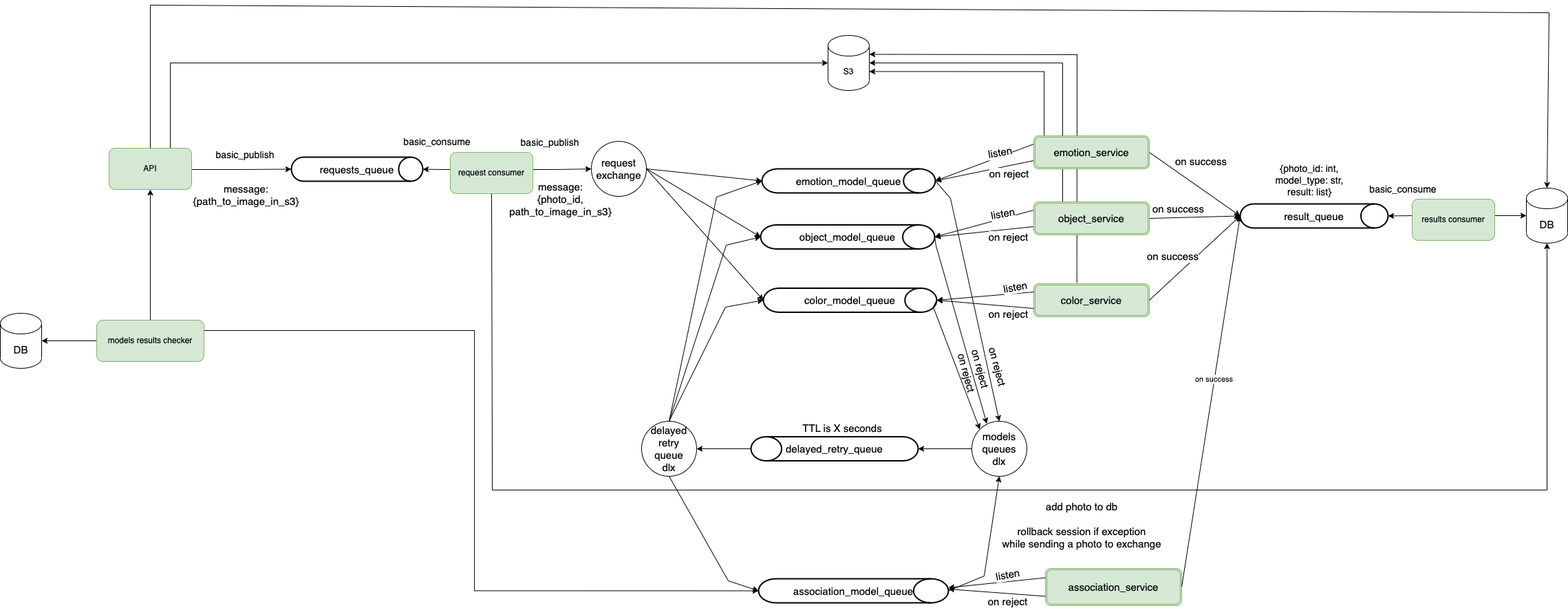
Above: picachu_services_schema.png in TourmalineCore/tourmanique-api (draw.io), before the change. Source tidied: cells renumbered, new cells last; positions are measured from the earlier drawing's top-left corner, leaving out a move shared by most shapes.
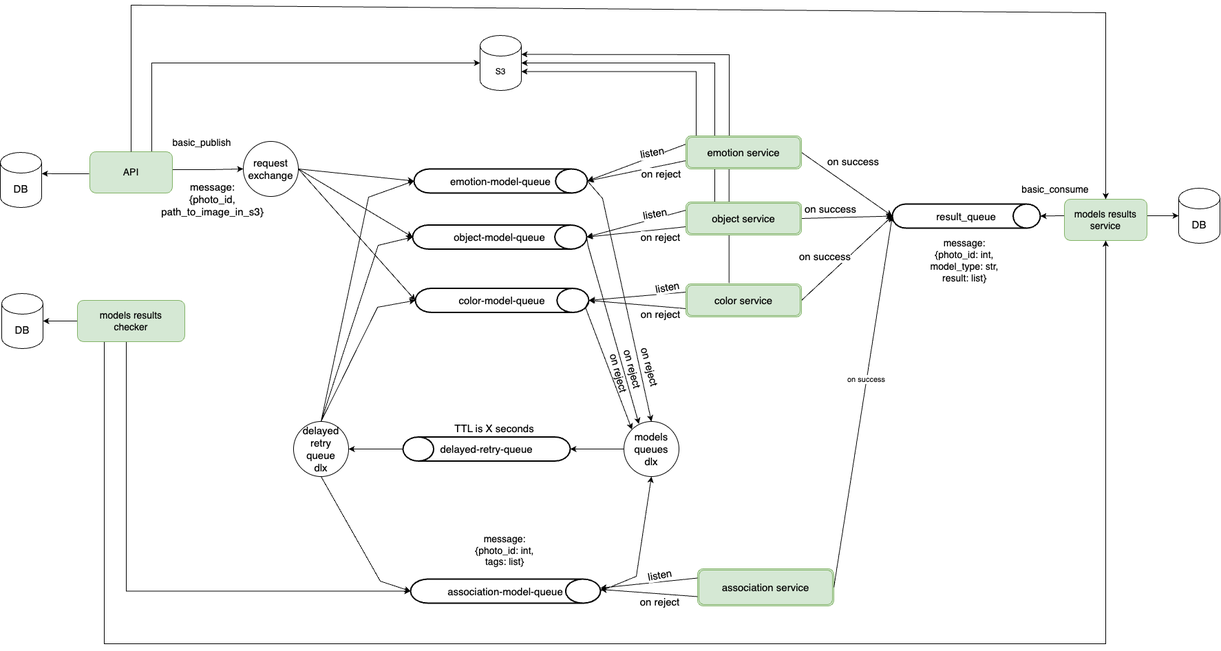
The same file after the commit.

Commit message:
fix(architecture): #861m90ctf: change schema of services in README

The edit, as a diff of the source:
```diff
@@ -5,7 +5,7 @@
     <mxCell id="2" value="&lt;font style=&quot;font-size: 15px;&quot;&gt;request exchange&lt;/font&gt;" style="ellipse;whiteSpace=wrap;html=1;fontSize=15;" parent="1" vertex="1">
       <mxGeometry x="859" y="198" width="80" height="80" as="geometry" />
     </mxCell>
-    <mxCell id="3" value="emotion_model_queue" style="strokeWidth=2;html=1;shape=mxgraph.flowchart.direct_data;whiteSpace=wrap;fontSize=15;" parent="1" vertex="1">
+    <mxCell id="3" value="emotion-model-queue" style="strokeWidth=2;html=1;shape=mxgraph.flowchart.direct_data;whiteSpace=wrap;fontSize=15;" parent="1" vertex="1">
       <mxGeometry x="1107" y="238" width="252" height="35" as="geometry" />
     </mxCell>
     <mxCell id="4" style="edgeStyle=orthogonalEdgeStyle;rounded=0;jettySize=auto;html=1;exitX=0.25;exitY=0;exitDx=0;exitDy=0;entryX=1;entryY=0;entryDx=0;entryDy=52.5;entryPerimeter=0;" parent="1" edge="1" source="65" target="55">
@@ -16,13 +16,10 @@
         </Array>
       </mxGeometry>
     </mxCell>
-    <mxCell id="5" value="color_service" style="shape=ext;double=1;rounded=1;whiteSpace=wrap;html=1;fontSize=15;fillColor=#d5e8d4;strokeColor=#82b366;" parent="1" vertex="1">
-      <mxGeometry x="1502" y="405" width="168" height="48" as="geometry" />
-    </mxCell>
-    <mxCell id="6" value="object_model_queue" style="strokeWidth=2;html=1;shape=mxgraph.flowchart.direct_data;whiteSpace=wrap;fontSize=15;" parent="1" vertex="1">
+    <mxCell id="6" value="object-model-queue" style="strokeWidth=2;html=1;shape=mxgraph.flowchart.direct_data;whiteSpace=wrap;fontSize=15;" parent="1" vertex="1">
       <mxGeometry x="1105" y="319.5" width="253" height="35" as="geometry" />
     </mxCell>
-    <mxCell id="7" value="color_model_queue" style="strokeWidth=2;html=1;shape=mxgraph.flowchart.direct_data;whiteSpace=wrap;fontSize=15;" parent="1" vertex="1">
+    <mxCell id="7" value="color-model-queue" style="strokeWidth=2;html=1;shape=mxgraph.flowchart.direct_data;whiteSpace=wrap;fontSize=15;" parent="1" vertex="1">
       <mxGeometry x="1109" y="411.5" width="252" height="35" as="geometry" />
     </mxCell>
     <mxCell id="8" style="edgeStyle=orthogonalEdgeStyle;rounded=0;jettySize=auto;html=1;exitX=0;exitY=0.5;exitDx=0;exitDy=0;fontSize=15;" parent="1" edge="1" source="9" target="11">
@@ -34,7 +31,7 @@
     <mxCell id="10" style="edgeStyle=orthogonalEdgeStyle;rounded=0;jettySize=auto;html=1;exitX=1;exitY=0.5;exitDx=0;exitDy=0;exitPerimeter=0;entryX=1;entryY=0.5;entryDx=0;entryDy=0;fontSize=15;" parent="1" edge="1" source="11" target="13">
       <mxGeometry relative="1" as="geometry" />
     </mxCell>
-    <mxCell id="11" value="delayed_retry_queue" style="strokeWidth=2;html=1;shape=mxgraph.flowchart.direct_data;whiteSpace=wrap;rotation=0;flipH=1;fontSize=15;" parent="1" vertex="1">
+    <mxCell id="11" value="delayed-retry-queue" style="strokeWidth=2;html=1;shape=mxgraph.flowchart.direct_data;whiteSpace=wrap;rotation=0;flipH=1;fontSize=15;" parent="1" vertex="1">
       <mxGeometry x="1091" y="627.5" width="243" height="35" as="geometry" />
     </mxCell>
     <mxCell id="12" value="TTL is X seconds" style="text;html=1;strokeColor=none;fillColor=none;align=center;verticalAlign=middle;whiteSpace=wrap;rounded=0;fontSize=15;" parent="1" vertex="1">
@@ -166,14 +163,6 @@
     <mxCell id="42" value="DB" style="shape=cylinder3;whiteSpace=wrap;html=1;boundedLbl=1;backgroundOutline=1;size=15;fontSize=15;" parent="1" vertex="1">
       <mxGeometry x="2218" y="266" width="60" height="80" as="geometry" />
     </mxCell>
-    <mxCell id="43" style="edgeStyle=orthogonalEdgeStyle;rounded=0;jettySize=auto;html=1;entryX=0;entryY=0.5;entryDx=0;entryDy=0;entryPerimeter=0;fontSize=14;exitX=1;exitY=0.5;exitDx=0;exitDy=0;" parent="1" edge="1" target="47">
-      <mxGeometry relative="1" as="geometry">
-        <mxPoint x="277" y="239" as="sourcePoint" />
-      </mxGeometry>
-    </mxCell>
-    <mxCell id="44" value="message:&lt;br&gt;{path_to_image_in_s3}" style="text;html=1;strokeColor=none;fillColor=none;align=center;verticalAlign=middle;whiteSpace=wrap;rounded=0;fontSize=15;" parent="1" vertex="1">
-      <mxGeometry x="313" y="261" width="89" height="30" as="geometry" />
-    </mxCell>
     <mxCell id="45" style="edgeStyle=orthogonalEdgeStyle;rounded=0;jettySize=auto;html=1;exitX=1;exitY=0.5;exitDx=0;exitDy=0;entryX=0;entryY=0.5;entryDx=0;entryDy=0;entryPerimeter=0;fontSize=14;" parent="1" edge="1" target="42">
       <mxGeometry relative="1" as="geometry">
         <mxPoint x="2153" y="306" as="sourcePoint" />
@@ -184,65 +173,41 @@
         <mxPoint x="2073" y="306" as="sourcePoint" />
       </mxGeometry>
     </mxCell>
-    <mxCell id="47" value="requests_queue" style="strokeWidth=2;html=1;shape=mxgraph.flowchart.direct_data;whiteSpace=wrap;fontSize=15;" parent="1" vertex="1">
-      <mxGeometry x="423" y="221" width="191" height="35" as="geometry" />
-    </mxCell>
-    <mxCell id="48" value="basic_publish" style="text;html=1;strokeColor=none;fillColor=none;align=center;verticalAlign=middle;whiteSpace=wrap;rounded=0;fontSize=14;" parent="1" vertex="1">
-      <mxGeometry x="279" y="203" width="154" height="30" as="geometry" />
-    </mxCell>
     <mxCell id="49" style="edgeStyle=orthogonalEdgeStyle;rounded=0;jettySize=auto;html=1;exitX=1;exitY=0.5;exitDx=0;exitDy=0;fontSize=14;" parent="1" edge="1" target="2">
       <mxGeometry relative="1" as="geometry">
         <mxPoint x="755" y="239" as="sourcePoint" />
       </mxGeometry>
     </mxCell>
-    <mxCell id="50" style="edgeStyle=orthogonalEdgeStyle;rounded=0;jettySize=auto;html=1;exitX=0;exitY=0.5;exitDx=0;exitDy=0;fontSize=14;" parent="1" edge="1" target="47">
-      <mxGeometry relative="1" as="geometry">
-        <mxPoint x="675" y="239" as="sourcePoint" />
-      </mxGeometry>
-    </mxCell>
-    <mxCell id="51" style="edgeStyle=orthogonalEdgeStyle;rounded=0;jettySize=auto;html=1;exitX=0.5;exitY=1;exitDx=0;exitDy=0;entryX=0.5;entryY=1;entryDx=0;entryDy=0;entryPerimeter=0;" parent="1" edge="1" source="61" target="42">
-      <mxGeometry relative="1" as="geometry">
-        <Array as="points">
-          <mxPoint x="715" y="705" />
-          <mxPoint x="2248" y="705" />
-        </Array>
-      </mxGeometry>
-    </mxCell>
     <mxCell id="52" value="basic_consume" style="text;html=1;strokeColor=none;fillColor=none;align=center;verticalAlign=middle;whiteSpace=wrap;rounded=0;fontSize=14;" parent="1" vertex="1">
       <mxGeometry x="2009" y="253" width="60" height="30" as="geometry" />
     </mxCell>
-    <mxCell id="53" value="basic_consume" style="text;html=1;strokeColor=none;fillColor=none;align=center;verticalAlign=middle;whiteSpace=wrap;rounded=0;fontSize=14;" parent="1" vertex="1">
-      <mxGeometry x="605" y="184" width="60" height="30" as="geometry" />
-    </mxCell>
     <mxCell id="54" value="basic_publish" style="text;html=1;strokeColor=none;fillColor=none;align=center;verticalAlign=middle;whiteSpace=wrap;rounded=0;fontSize=14;" parent="1" vertex="1">
       <mxGeometry x="769" y="185" width="60" height="30" as="geometry" />
     </mxCell>
     <mxCell id="55" value="S3" style="shape=cylinder3;whiteSpace=wrap;html=1;boundedLbl=1;backgroundOutline=1;size=15;" parent="1" vertex="1">
       <mxGeometry x="1203" y="44" width="60" height="80" as="geometry" />
     </mxCell>
-    <mxCell id="56" style="endArrow=classic;html=1;rounded=0;exitX=0.75;exitY=0;exitDx=0;exitDy=0;entryX=0;entryY=0.5;entryDx=0;entryDy=0;entryPerimeter=0;" parent="1" edge="1" target="55">
+    <mxCell id="56" style="endArrow=classic;html=1;rounded=0;exitX=0.75;exitY=0;exitDx=0;exitDy=0;entryX=0;entryY=0.5;entryDx=0;entryDy=0;entryPerimeter=0;" parent="1" edge="1" source="60" target="55">
       <mxGeometry relative="1" as="geometry">
-        <mxPoint x="247" y="209" as="sourcePoint" />
         <Array as="points">
-          <mxPoint x="247" y="84" />
+          <mxPoint x="726" y="84" />
         </Array>
       </mxGeometry>
     </mxCell>
-    <mxCell id="57" value="add photo to db&lt;br&gt;&lt;br&gt;rollback session if exception while&amp;nbsp;sending a photo to exchange" style="text;html=1;strokeColor=none;fillColor=none;align=center;verticalAlign=middle;whiteSpace=wrap;rounded=0;fontSize=15;" parent="1" vertex="1">
-      <mxGeometry x="1444" y="741" width="256" height="30" as="geometry" />
-    </mxCell>
     <mxCell id="58" value="message:&lt;br&gt;{photo_id, path_to_image_in_s3}" style="text;html=1;strokeColor=none;fillColor=none;align=center;verticalAlign=middle;whiteSpace=wrap;rounded=0;fontSize=15;" parent="1" vertex="1">
       <mxGeometry x="770" y="267" width="89" height="30" as="geometry" />
     </mxCell>
-    <mxCell id="59" value="&lt;br&gt;&lt;br&gt;{photo_id: int,&lt;br&gt;model_type: str,&lt;br&gt;result: list}" style="text;html=1;strokeColor=none;fillColor=none;align=center;verticalAlign=middle;whiteSpace=wrap;rounded=0;fontSize=14;" parent="1" vertex="1">
-      <mxGeometry x="1794" y="223" width="218" height="30" as="geometry" />
+    <mxCell id="59" value="&lt;br&gt;message:&lt;br&gt;{photo_id: int,&lt;br&gt;model_type: str,&lt;br&gt;result: list}" style="text;html=1;strokeColor=none;fillColor=none;align=center;verticalAlign=middle;whiteSpace=wrap;rounded=0;fontSize=14;" parent="1" vertex="1">
+      <mxGeometry x="1798" y="348" width="218" height="30" as="geometry" />
     </mxCell>
+    <mxCell id="83" style="edgeStyle=orthogonalEdgeStyle;rounded=0;jettySize=auto;html=1;entryX=1.003;entryY=0.384;entryDx=0;entryDy=0;entryPerimeter=0;" parent="1" edge="1" target="84">
+      <mxGeometry relative="1" as="geometry">
+        <mxPoint x="635" y="245" as="sourcePoint" />
+      </mxGeometry>
+    </mxCell>
-    <mxCell id="60" value="API" style="rounded=1;whiteSpace=wrap;html=1;fillColor=#d5e8d4;strokeColor=#82b366;" parent="1" vertex="1">
-      <mxGeometry x="158" y="208" width="120" height="60" as="geometry" />
+    <mxCell id="60" value="&lt;font style=&quot;font-size: 14px;&quot;&gt;API&lt;/font&gt;" style="rounded=1;whiteSpace=wrap;html=1;fillColor=#d5e8d4;strokeColor=#82b366;" parent="1" vertex="1">
+      <mxGeometry x="636" y="213" width="120" height="60" as="geometry" />
     </mxCell>
-    <mxCell id="61" value="request consumer" style="rounded=1;whiteSpace=wrap;html=1;fillColor=#d5e8d4;strokeColor=#82b366;" parent="1" vertex="1">
-      <mxGeometry x="654" y="214" width="120" height="60" as="geometry" />
-    </mxCell>
     <mxCell id="62" style="endArrow=classic;html=1;rounded=0;exitX=0.25;exitY=0;exitDx=0;exitDy=0;entryX=1;entryY=0.5;entryDx=0;entryDy=0;entryPerimeter=0;" parent="1" edge="1" source="64" target="55">
       <mxGeometry relative="1" as="geometry">
         <Array as="points">
@@ -257,28 +222,27 @@
         </Array>
       </mxGeometry>
     </mxCell>
-    <mxCell id="64" value="object_service" style="shape=ext;double=1;rounded=1;whiteSpace=wrap;html=1;fontSize=15;fillColor=#d5e8d4;strokeColor=#82b366;" parent="1" vertex="1">
-      <mxGeometry x="1502" y="286" width="168" height="48" as="geometry" />
-    </mxCell>
-    <mxCell id="65" value="emotion_service" style="shape=ext;double=1;rounded=1;whiteSpace=wrap;html=1;fontSize=15;fillColor=#d5e8d4;strokeColor=#82b366;" parent="1" vertex="1">
-      <mxGeometry x="1502" y="190" width="168" height="48" as="geometry" />
-    </mxCell>
-    <mxCell id="66" value="results consumer" style="rounded=1;whiteSpace=wrap;html=1;fillColor=#d5e8d4;strokeColor=#82b366;" parent="1" vertex="1">
+    <mxCell id="66" value="&lt;font style=&quot;font-size: 14px;&quot;&gt;models results &lt;br&gt;service&lt;/font&gt;" style="rounded=1;whiteSpace=wrap;html=1;fillColor=#d5e8d4;strokeColor=#82b366;" parent="1" vertex="1">
       <mxGeometry x="2052" y="282" width="120" height="60" as="geometry" />
     </mxCell>
-    <mxCell id="67" style="endArrow=classic;html=1;rounded=0;exitX=0.5;exitY=0;exitDx=0;exitDy=0;entryX=0.5;entryY=0;entryDx=0;entryDy=0;entryPerimeter=0;" parent="1" edge="1" source="60" target="42">
+    <mxCell id="67" style="endArrow=classic;html=1;rounded=0;exitX=0.5;exitY=0;exitDx=0;exitDy=0;entryX=0.5;entryY=0;entryDx=0;entryDy=0;" parent="1" edge="1" source="60" target="66">
       <mxGeometry relative="1" as="geometry">
         <Array as="points">
-          <mxPoint x="218" />
-          <mxPoint x="2251" y="11" />
+          <mxPoint x="696" />
+          <mxPoint x="2112" y="11" />
         </Array>
       </mxGeometry>
     </mxCell>
     <mxCell id="68" style="edgeStyle=orthogonalEdgeStyle;rounded=0;jettySize=auto;html=1;exitX=0;exitY=0.5;exitDx=0;exitDy=0;entryX=1;entryY=0.5;entryDx=0;entryDy=0;entryPerimeter=0;" parent="1" edge="1" source="71" target="72">
       <mxGeometry relative="1" as="geometry" />
     </mxCell>
-    <mxCell id="69" style="edgeStyle=orthogonalEdgeStyle;rounded=0;jettySize=auto;html=1;exitX=0.5;exitY=0;exitDx=0;exitDy=0;entryX=0.5;entryY=1;entryDx=0;entryDy=0;" parent="1" edge="1" source="71" target="60">
-      <mxGeometry relative="1" as="geometry" />
+    <mxCell id="69" style="edgeStyle=orthogonalEdgeStyle;rounded=0;jettySize=auto;html=1;exitX=0.25;exitY=1;exitDx=0;exitDy=0;entryX=0.5;entryY=1;entryDx=0;entryDy=0;" parent="1" edge="1" source="71" target="66">
+      <mxGeometry relative="1" as="geometry">
+        <Array as="points">
+          <mxPoint x="657" y="928" />
+          <mxPoint x="2112" y="928" />
+        </Array>
+      </mxGeometry>
     </mxCell>
     <mxCell id="70" style="edgeStyle=orthogonalEdgeStyle;rounded=0;jettySize=auto;html=1;exitX=1;exitY=0.25;exitDx=0;exitDy=0;entryX=0;entryY=0.5;entryDx=0;entryDy=0;entryPerimeter=0;" parent="1" edge="1" source="71" target="73">
       <mxGeometry relative="1" as="geometry">
@@ -288,16 +252,16 @@
         </Array>
       </mxGeometry>
     </mxCell>
-    <mxCell id="71" value="models results checker" style="rounded=1;whiteSpace=wrap;html=1;fillColor=#d5e8d4;strokeColor=#82b366;" parent="1" vertex="1">
-      <mxGeometry x="140" y="458" width="156" height="60" as="geometry" />
+    <mxCell id="71" value="&lt;font style=&quot;font-size: 14px;&quot;&gt;models results &lt;br&gt;checker&lt;/font&gt;" style="rounded=1;whiteSpace=wrap;html=1;fillColor=#d5e8d4;strokeColor=#82b366;" parent="1" vertex="1">
+      <mxGeometry x="618" y="429" width="156" height="60" as="geometry" />
     </mxCell>
     <mxCell id="72" value="DB" style="shape=cylinder3;whiteSpace=wrap;html=1;boundedLbl=1;backgroundOutline=1;size=15;fontSize=15;" parent="1" vertex="1">
-      <mxGeometry y="448" width="60" height="80" as="geometry" />
+      <mxGeometry x="508" y="419" width="60" height="80" as="geometry" />
     </mxCell>
-    <mxCell id="73" value="association_model_queue" style="strokeWidth=2;html=1;shape=mxgraph.flowchart.direct_data;whiteSpace=wrap;fontSize=15;" parent="1" vertex="1">
+    <mxCell id="73" value="association-model-queue" style="strokeWidth=2;html=1;shape=mxgraph.flowchart.direct_data;whiteSpace=wrap;fontSize=15;" parent="1" vertex="1">
       <mxGeometry x="1102" y="834" width="276" height="35" as="geometry" />
     </mxCell>
-    <mxCell id="74" value="association_service" style="shape=ext;double=1;rounded=1;whiteSpace=wrap;html=1;fontSize=15;fillColor=#d5e8d4;strokeColor=#82b366;" parent="1" vertex="1">
+    <mxCell id="74" value="association service" style="shape=ext;double=1;rounded=1;whiteSpace=wrap;html=1;fontSize=15;fillColor=#d5e8d4;strokeColor=#82b366;" parent="1" vertex="1">
       <mxGeometry x="1519" y="819" width="198" height="54" as="geometry" />
     </mxCell>
     <mxCell id="75" style="endArrow=classic;html=1;rounded=0;entryX=1;entryY=0.5;entryDx=0;entryDy=0;entryPerimeter=0;fontSize=15;exitX=0;exitY=0.25;exitDx=0;exitDy=0;" parent="1" edge="1" source="74">
@@ -340,5 +304,20 @@
         </Array>
       </mxGeometry>
     </mxCell>
+    <mxCell id="84" value="DB" style="shape=cylinder3;whiteSpace=wrap;html=1;boundedLbl=1;backgroundOutline=1;size=15;fontSize=15;" parent="1" vertex="1">
+      <mxGeometry x="506" y="214" width="60" height="80" as="geometry" />
+    </mxCell>
+    <mxCell id="65" value="emotion service" style="shape=ext;double=1;rounded=1;whiteSpace=wrap;html=1;fontSize=15;fillColor=#d5e8d4;strokeColor=#82b366;" parent="1" vertex="1">
+      <mxGeometry x="1502" y="190" width="168" height="48" as="geometry" />
+    </mxCell>
+    <mxCell id="64" value="object service" style="shape=ext;double=1;rounded=1;whiteSpace=wrap;html=1;fontSize=15;fillColor=#d5e8d4;strokeColor=#82b366;" parent="1" vertex="1">
+      <mxGeometry x="1502" y="286" width="168" height="48" as="geometry" />
+    </mxCell>
+    <mxCell id="5" value="color service" style="shape=ext;double=1;rounded=1;whiteSpace=wrap;html=1;fontSize=15;fillColor=#d5e8d4;strokeColor=#82b366;" parent="1" vertex="1">
+      <mxGeometry x="1502" y="405" width="168" height="48" as="geometry" />
+    </mxCell>
+    <mxCell id="85" value="&lt;br&gt;message:&lt;br&gt;{photo_id: int,&lt;br&gt;tags: list}" style="text;html=1;strokeColor=none;fillColor=none;align=center;verticalAlign=middle;whiteSpace=wrap;rounded=0;fontSize=14;" parent="1" vertex="1">
+      <mxGeometry x="1130" y="769" width="218" height="30" as="geometry" />
+    </mxCell>
   </root>
 </mxGraphModel>
```
